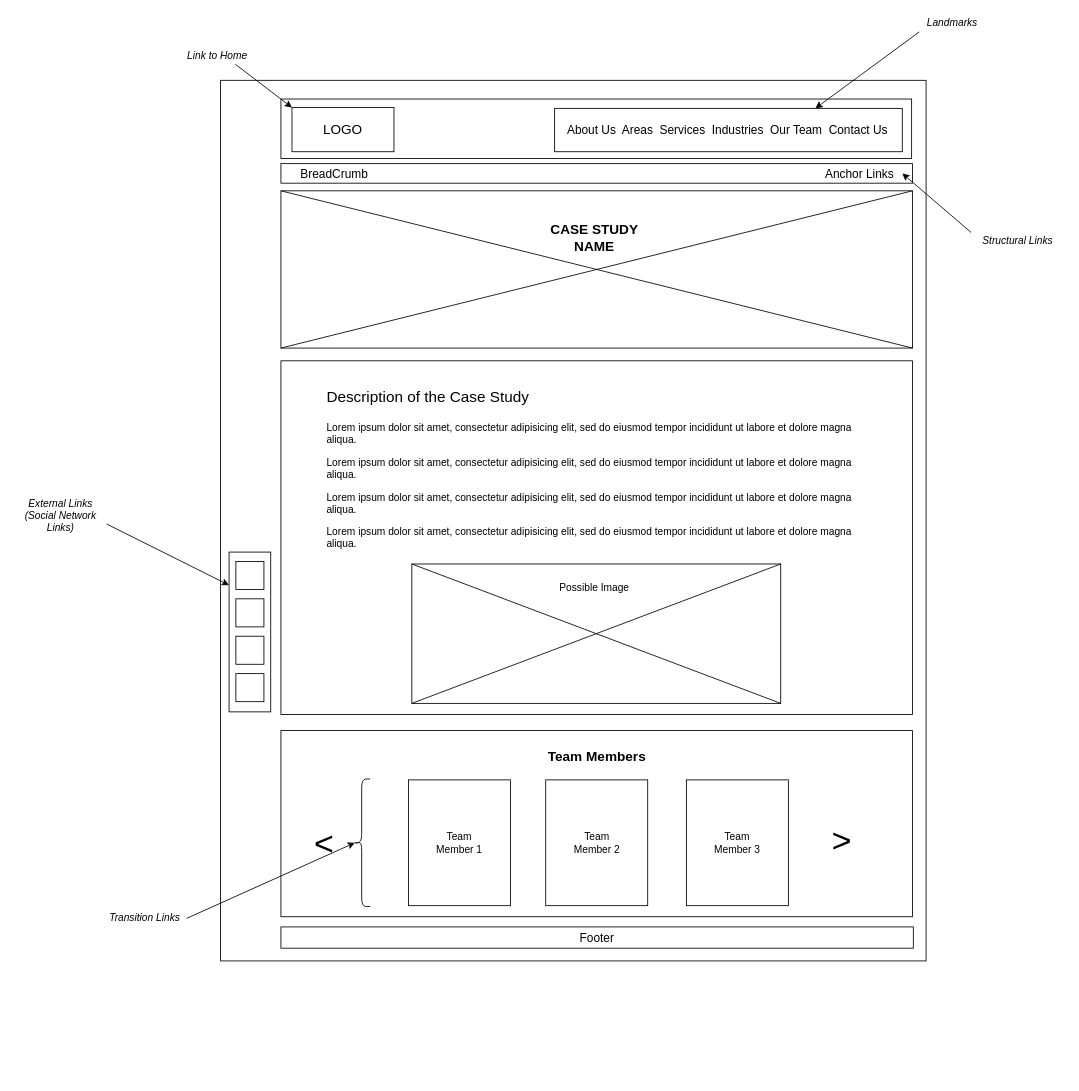
Earlier version of the draw.io diagram Design Documents/Wireframes/CaseStudy.drawio (manzomanze/HypermediaApplicationsProject-Manzella-Messuti-Pelagatti-Pellizzer). Source tidied: cells renumbered, new cells numbered last; positions are measured from the earlier drawing's top-left corner, leaving out a move shared by most shapes. Both pictures are drawn from the tidied source at 85%, with x=0, y=0 at pixel (14, 14).
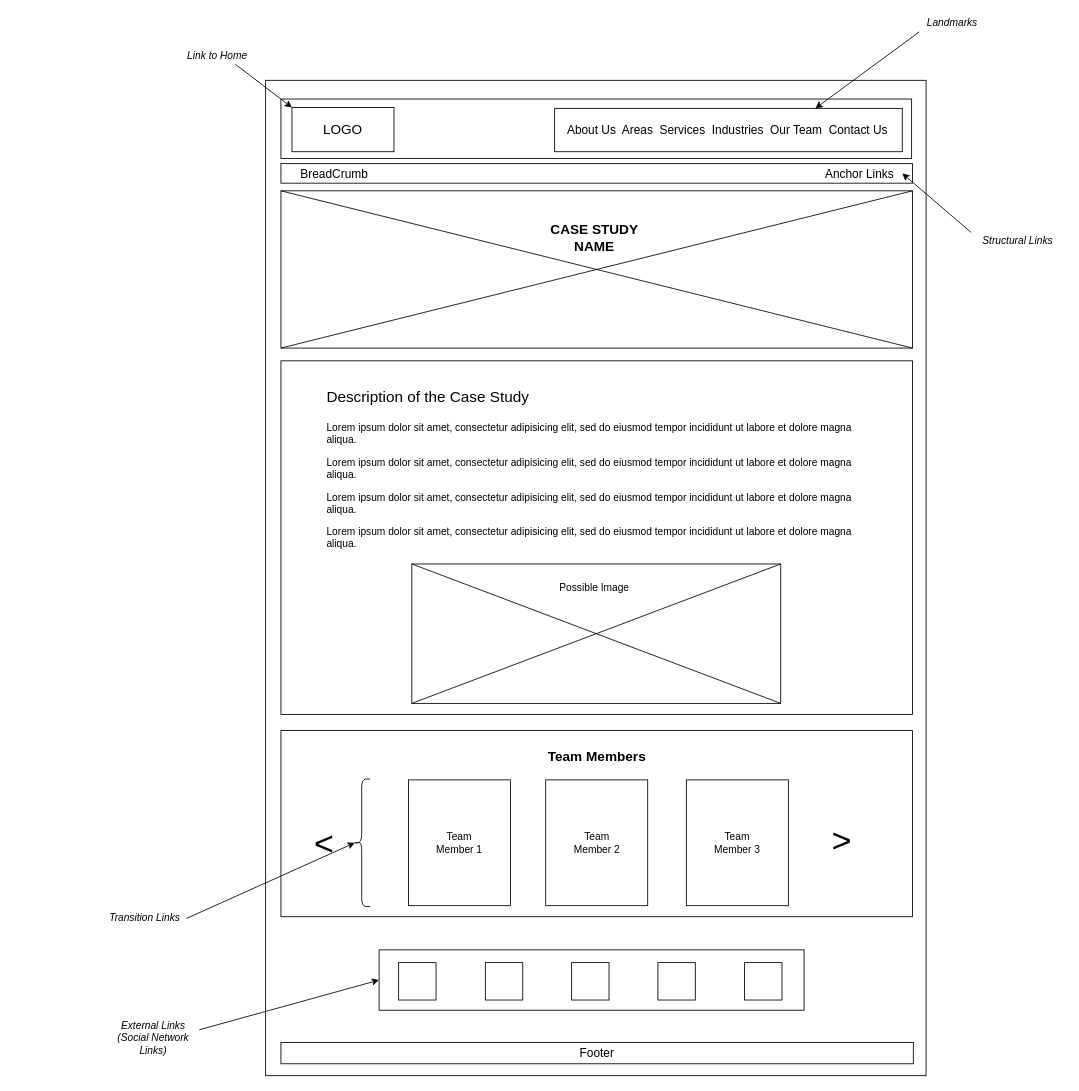
After the change.

What changed in the source:
```diff
@@
     <mxCell id="2" style="rounded=0;whiteSpace=wrap;html=1;fillColor=none;" parent="1" vertex="1">
-      <mxGeometry x="242" y="77" width="830" height="1036" as="geometry" />
+      <mxGeometry x="295" y="77" width="777" height="1171" as="geometry" />
     </mxCell>
@@
     <mxCell id="33" value="&lt;font style=&quot;font-size: 14px&quot;&gt;Footer&lt;/font&gt;" style="rounded=0;whiteSpace=wrap;html=1;strokeColor=#000000;fillColor=none;" parent="1" vertex="1">
-      <mxGeometry x="313" y="1073" width="744" height="25" as="geometry" />
+      <mxGeometry x="313" y="1209" width="744" height="25" as="geometry" />
     </mxCell>
-    <mxCell id="34" style="rounded=0;whiteSpace=wrap;html=1;strokeColor=#000000;fillColor=none;" parent="1" vertex="1">
-      <mxGeometry x="252" y="632" width="49" height="188" as="geometry" />
-    </mxCell>
-    <mxCell id="35" style="whiteSpace=wrap;html=1;strokeColor=#000000;fillColor=none;" parent="1" vertex="1">
-      <mxGeometry x="260" y="643" width="33" height="33" as="geometry" />
-    </mxCell>
-    <mxCell id="36" style="whiteSpace=wrap;html=1;strokeColor=#000000;fillColor=none;" parent="1" vertex="1">
-      <mxGeometry x="260" y="687" width="33" height="33" as="geometry" />
-    </mxCell>
-    <mxCell id="37" style="whiteSpace=wrap;html=1;strokeColor=#000000;fillColor=none;" parent="1" vertex="1">
-      <mxGeometry x="260" y="731" width="33" height="33" as="geometry" />
-    </mxCell>
-    <mxCell id="38" style="whiteSpace=wrap;html=1;strokeColor=#000000;fillColor=none;" parent="1" vertex="1">
-      <mxGeometry x="260" y="775" width="33" height="33" as="geometry" />
-    </mxCell>
-    <mxCell id="39" value="&lt;i&gt;External Links (Social Network Links)&lt;/i&gt;" style="text;html=1;strokeColor=none;fillColor=none;align=center;verticalAlign=middle;whiteSpace=wrap;rounded=0;" parent="1" vertex="1">
-      <mxGeometry y="579" width="108" height="20" as="geometry" />
-    </mxCell>
-    <mxCell id="40" style="endArrow=classic;html=1;entryX=0;entryY=0.207;entryDx=0;entryDy=0;entryPerimeter=0;exitX=1;exitY=1;exitDx=0;exitDy=0;" parent="1" edge="1" source="39" target="34">
-      <mxGeometry relative="1" as="geometry" />
-    </mxCell>
@@
+    <mxCell id="39" value="&lt;i&gt;External Links (Social Network Links)&lt;/i&gt;" style="text;html=1;strokeColor=none;fillColor=none;align=center;verticalAlign=middle;whiteSpace=wrap;rounded=0;" parent="1" vertex="1">
+      <mxGeometry x="109" y="1194" width="108" height="20" as="geometry" />
+    </mxCell>
+    <mxCell id="48" style="whiteSpace=wrap;html=1;" parent="1" vertex="1">
+      <mxGeometry x="451.5" y="1115" width="44" height="44" as="geometry" />
+    </mxCell>
+    <mxCell id="49" style="whiteSpace=wrap;html=1;" parent="1" vertex="1">
+      <mxGeometry x="655" y="1115" width="44" height="44" as="geometry" />
+    </mxCell>
+    <mxCell id="50" style="whiteSpace=wrap;html=1;" parent="1" vertex="1">
+      <mxGeometry x="756.5" y="1115" width="44" height="44" as="geometry" />
+    </mxCell>
+    <mxCell id="51" style="whiteSpace=wrap;html=1;" parent="1" vertex="1">
+      <mxGeometry x="553.5" y="1115" width="44" height="44" as="geometry" />
+    </mxCell>
+    <mxCell id="52" style="whiteSpace=wrap;html=1;" parent="1" vertex="1">
+      <mxGeometry x="858.5" y="1115" width="44" height="44" as="geometry" />
+    </mxCell>
+    <mxCell id="53" style="rounded=0;whiteSpace=wrap;html=1;fillColor=none;" parent="1" vertex="1">
+      <mxGeometry x="428.5" y="1100" width="500" height="71" as="geometry" />
+    </mxCell>
+    <mxCell id="54" style="endArrow=classic;html=1;exitX=1;exitY=0;exitDx=0;exitDy=0;entryX=0;entryY=0.5;entryDx=0;entryDy=0;" parent="1" edge="1" source="39" target="53">
+      <mxGeometry relative="1" as="geometry" />
+    </mxCell>
```
